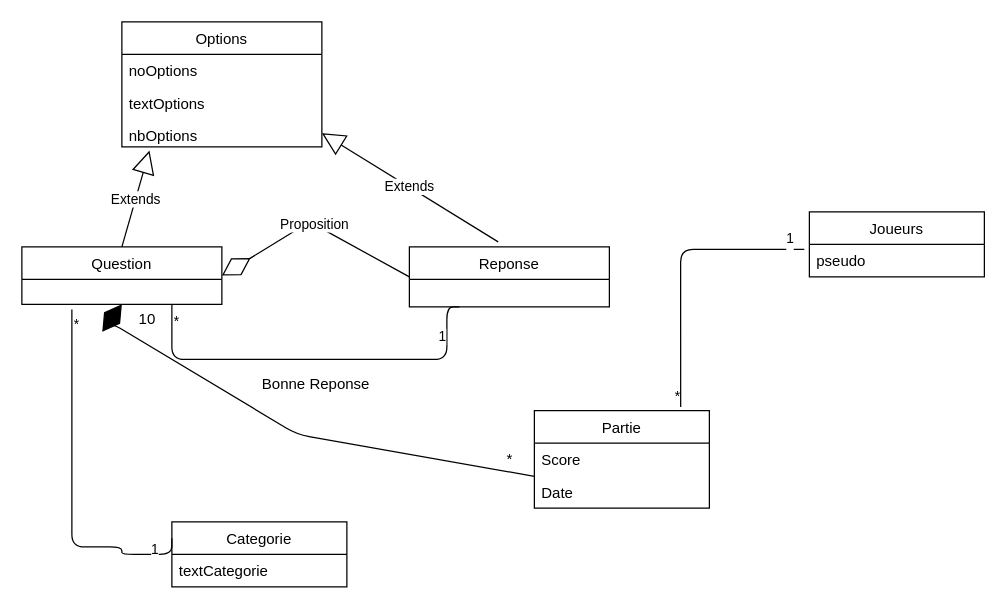
Above: page "Page-1" (1 of 4) of Serveur.drawio in MehdiHaboucha/kahoot (draw.io), before the change. Source tidied: cells renumbered, new cells numbered last; positions are measured from the earlier drawing's top-left corner, leaving out a move shared by most shapes. Both pictures are drawn from the tidied source at 125%, with x=0, y=0 at pixel (21, 21).
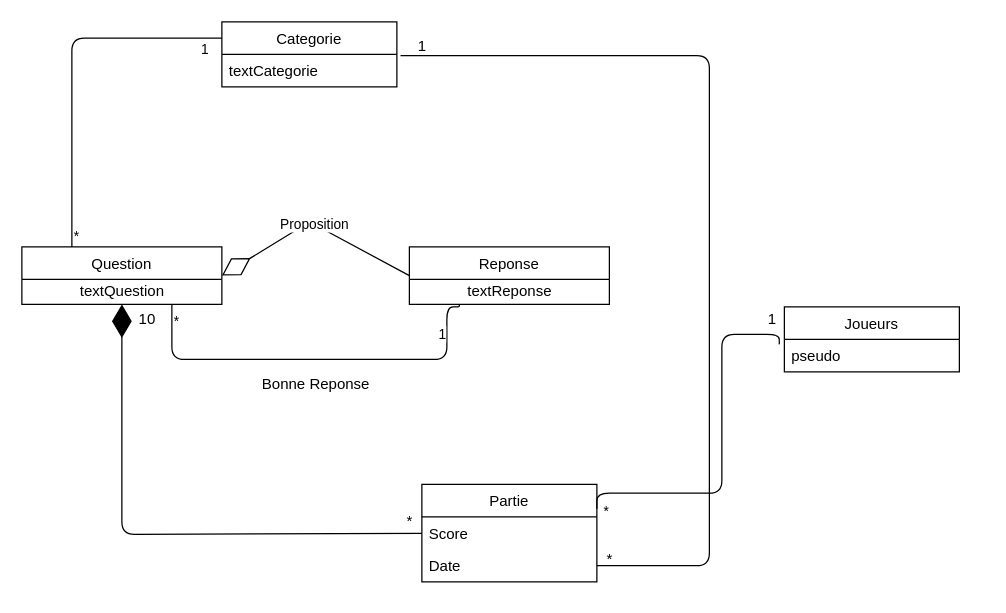
The same page after the edit.

Unchanged cells that the change refers to:
```xml
<mxCell id="6" value="Question" style="swimlane;fontStyle=0;horizontal=1;startSize=26;fillColor=none;" parent="1" vertex="1">
  <mxGeometry y="180" width="160" height="46" as="geometry" />
</mxCell>
<mxCell id="16" value="textCategorie" style="text;strokeColor=none;fillColor=none;align=left;verticalAlign=top;spacingLeft=4;spacingRight=4;overflow=hidden;points=[[0,0.5],[1,0.5]];portConstraint=eastwest;" parent="15" vertex="1">
  <mxGeometry y="26" width="140" height="26" as="geometry" />
</mxCell>
<mxCell id="22" value="Date" style="text;strokeColor=none;fillColor=none;align=left;verticalAlign=top;spacingLeft=4;spacingRight=4;overflow=hidden;points=[[0,0.5],[1,0.5]];portConstraint=eastwest;" parent="20" vertex="1">
  <mxGeometry y="52" width="140" height="26" as="geometry" />
</mxCell>
<mxCell id="27" value="pseudo " style="text;strokeColor=none;fillColor=none;align=left;verticalAlign=top;spacingLeft=4;spacingRight=4;overflow=hidden;points=[[0,0.5],[1,0.5]];portConstraint=eastwest;" parent="26" vertex="1">
  <mxGeometry y="26" width="140" height="26" as="geometry" />
</mxCell>
```

What changed in the source:
```diff
@@
-    <mxCell id="2" value="Options" style="swimlane;fontStyle=0;horizontal=1;startSize=26;fillColor=none;" parent="1" vertex="1">
-      <mxGeometry x="80" width="160" height="100" as="geometry" />
-    </mxCell>
-    <mxCell id="3" value="noOptions&#10;" style="text;strokeColor=none;fillColor=none;align=left;verticalAlign=top;spacingLeft=4;spacingRight=4;overflow=hidden;" parent="2" vertex="1">
-      <mxGeometry y="26" width="160" height="26" as="geometry" />
-    </mxCell>
-    <mxCell id="4" value="textOptions" style="text;strokeColor=none;fillColor=none;align=left;verticalAlign=top;spacingLeft=4;spacingRight=4;overflow=hidden;" parent="2" vertex="1">
-      <mxGeometry y="52" width="160" height="26" as="geometry" />
-    </mxCell>
-    <mxCell id="5" value="nbOptions&#10;" style="text;strokeColor=none;fillColor=none;align=left;verticalAlign=top;spacingLeft=4;spacingRight=4;overflow=hidden;points=[[0,0.5],[1,0.5]];portConstraint=eastwest;" parent="2" vertex="1">
-      <mxGeometry y="78" width="160" height="22" as="geometry" />
-    </mxCell>
@@
+    <mxCell id="31" value="textQuestion" style="text;html=1;align=center;verticalAlign=middle;" parent="6" vertex="1">
+      <mxGeometry y="26" width="160" height="20" as="geometry" />
+    </mxCell>
     <mxCell id="7" value="Reponse" style="swimlane;fontStyle=0;horizontal=1;startSize=26;fillColor=none;" parent="1" vertex="1">
-      <mxGeometry x="310" y="180" width="160" height="48" as="geometry" />
+      <mxGeometry x="310" y="180" width="160" height="46" as="geometry" />
     </mxCell>
-    <mxCell id="8" value="Extends" style="endArrow=block;endSize=16;endFill=0;html=1;entryX=0.138;entryY=1.136;entryDx=0;entryDy=0;entryPerimeter=0;exitX=0.5;exitY=0;exitDx=0;exitDy=0;" parent="1" edge="1" source="6" target="5">
-      <mxGeometry relative="1" as="geometry" />
-    </mxCell>
-    <mxCell id="9" value="Extends" style="endArrow=block;endSize=16;endFill=0;html=1;entryX=1;entryY=0.5;entryDx=0;entryDy=0;exitX=0.444;exitY=-0.083;exitDx=0;exitDy=0;exitPerimeter=0;" parent="1" edge="1" source="7" target="5">
-      <mxGeometry relative="1" as="geometry" />
-    </mxCell>
+    <mxCell id="32" value="textReponse" style="text;html=1;align=center;verticalAlign=middle;" parent="7" vertex="1">
+      <mxGeometry y="26" width="160" height="20" as="geometry" />
+    </mxCell>
@@
     <mxCell id="15" value="Categorie" style="swimlane;fontStyle=0;horizontal=1;startSize=26;fillColor=none;" parent="1" vertex="1">
-      <mxGeometry x="120" y="400" width="140" height="52" as="geometry" />
+      <mxGeometry x="160" width="140" height="52" as="geometry" />
     </mxCell>
@@
-    <mxCell id="17" style="endArrow=none;html=1;edgeStyle=orthogonalEdgeStyle;entryX=0;entryY=0.25;entryDx=0;entryDy=0;" parent="1" edge="1" target="15">
+    <mxCell id="17" style="endArrow=none;html=1;edgeStyle=orthogonalEdgeStyle;entryX=0;entryY=0.25;entryDx=0;entryDy=0;exitX=0.25;exitY=0;exitDx=0;exitDy=0;" parent="1" edge="1" source="6" target="15">
       <mxGeometry relative="1" as="geometry">
-        <mxPoint x="40" y="230" as="sourcePoint" />
         <Array as="points">
-          <mxPoint x="40" y="420" />
-          <mxPoint x="80" y="420" />
-          <mxPoint x="80" y="426" />
-          <mxPoint x="120" y="426" />
+          <mxPoint x="40" y="13" />
         </Array>
       </mxGeometry>
     </mxCell>
     <mxCell id="18" value="*" style="edgeLabel;html=1;align=left;verticalAlign=bottom;" parent="17" vertex="1">
-      <mxGeometry x="-1" relative="1" as="geometry">
-        <mxPoint y="20" as="offset" />
-      </mxGeometry>
+      <mxGeometry x="-1" relative="1" as="geometry" />
     </mxCell>
@@
     <mxCell id="20" value="Partie" style="swimlane;fontStyle=0;horizontal=1;startSize=26;fillColor=none;" parent="1" vertex="1">
-      <mxGeometry x="410" y="311" width="140" height="78" as="geometry" />
+      <mxGeometry x="320" y="370" width="140" height="78" as="geometry" />
     </mxCell>
@@
-    <mxCell id="23" style="endArrow=diamondThin;endFill=1;endSize=24;html=1;entryX=0.5;entryY=1;entryDx=0;entryDy=0;" parent="1" edge="1" source="22" target="6">
+    <mxCell id="23" style="endArrow=diamondThin;endFill=1;endSize=24;html=1;entryX=0.5;entryY=1;entryDx=0;entryDy=0;" parent="1" edge="1" source="20" target="6">
       <mxGeometry relative="1" as="geometry">
         <Array as="points">
-          <mxPoint x="220" y="330" />
-          <mxPoint x="70" y="240" />
+          <mxPoint x="80" y="410" />
         </Array>
       </mxGeometry>
     </mxCell>
     <mxCell id="24" value="*" style="text;html=1;align=center;verticalAlign=middle;" parent="1" vertex="1">
-      <mxGeometry x="380" y="340" width="20" height="20" as="geometry" />
+      <mxGeometry x="300" y="390" width="20" height="20" as="geometry" />
     </mxCell>
@@
     <mxCell id="26" value="Joueurs" style="swimlane;fontStyle=0;horizontal=1;startSize=26;fillColor=none;" parent="1" vertex="1">
-      <mxGeometry x="630" y="152" width="140" height="52" as="geometry" />
+      <mxGeometry x="610" y="228" width="140" height="52" as="geometry" />
     </mxCell>
@@
-    <mxCell id="28" style="endArrow=none;html=1;edgeStyle=orthogonalEdgeStyle;exitX=-0.029;exitY=0.154;exitDx=0;exitDy=0;exitPerimeter=0;entryX=0.836;entryY=-0.038;entryDx=0;entryDy=0;entryPerimeter=0;" parent="1" edge="1" source="27" target="20">
-      <mxGeometry relative="1" as="geometry" />
+    <mxCell id="28" style="endArrow=none;html=1;edgeStyle=orthogonalEdgeStyle;exitX=-0.029;exitY=0.154;exitDx=0;exitDy=0;exitPerimeter=0;entryX=1;entryY=0.25;entryDx=0;entryDy=0;" parent="1" edge="1" source="27" target="20">
+      <mxGeometry relative="1" as="geometry">
+        <Array as="points">
+          <mxPoint x="606" y="250" />
+          <mxPoint x="560" y="250" />
+          <mxPoint x="560" y="377" />
+          <mxPoint x="460" y="377" />
+        </Array>
+      </mxGeometry>
     </mxCell>
-    <mxCell id="29" value="&lt;div&gt;1&lt;/div&gt;&lt;div&gt;&lt;br&gt;&lt;/div&gt;" style="edgeLabel;html=1;align=left;verticalAlign=bottom;" parent="28" vertex="1">
-      <mxGeometry x="-1" relative="1" as="geometry">
-        <mxPoint x="-15.9" y="12" as="offset" />
-      </mxGeometry>
-    </mxCell>
     <mxCell id="30" value="*" style="edgeLabel;html=1;align=right;verticalAlign=bottom;" parent="28" vertex="1">
-      <mxGeometry x="1" relative="1" as="geometry" />
+      <mxGeometry x="1" relative="1" as="geometry">
+        <mxPoint x="10" y="10.9" as="offset" />
+      </mxGeometry>
     </mxCell>
+    <mxCell id="33" style="endArrow=none;html=1;entryX=1.021;entryY=0.038;entryDx=0;entryDy=0;entryPerimeter=0;exitX=1;exitY=0.5;exitDx=0;exitDy=0;" parent="1" edge="1" source="22" target="16">
+      <mxGeometry relative="1" as="geometry">
+        <Array as="points">
+          <mxPoint x="550" y="435" />
+          <mxPoint x="550" y="27" />
+        </Array>
+      </mxGeometry>
+    </mxCell>
+    <mxCell id="34" value="1" style="text;html=1;align=center;verticalAlign=middle;" parent="1" vertex="1">
+      <mxGeometry x="310" y="10" width="20" height="20" as="geometry" />
+    </mxCell>
+    <mxCell id="35" value="*" style="text;html=1;align=center;verticalAlign=middle;" parent="1" vertex="1">
+      <mxGeometry x="460" y="420" width="20" height="20" as="geometry" />
+    </mxCell>
+    <mxCell id="36" value="1" style="text;html=1;align=center;verticalAlign=middle;" parent="1" vertex="1">
+      <mxGeometry x="590" y="228" width="20" height="20" as="geometry" />
+    </mxCell>
```
